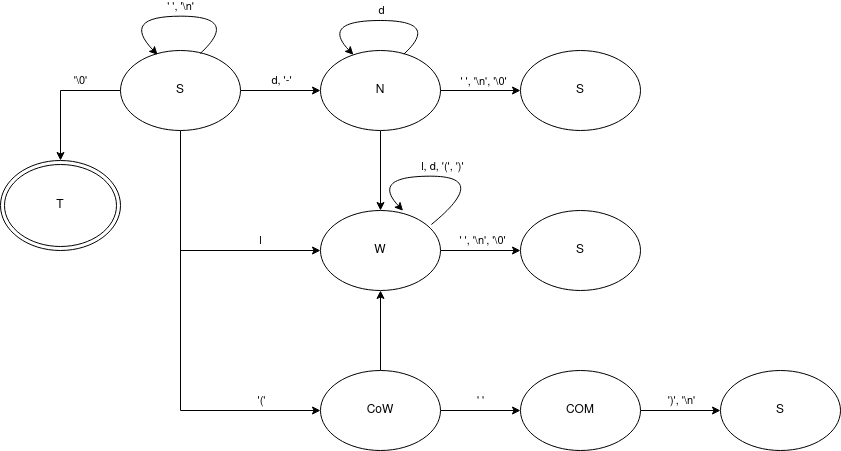
Above: Untitled Diagram.drawio.png in Alexey-Anpilov/forth_interpretator (draw.io), before the change. Source tidied: cells renumbered, new cells last; positions are measured from the earlier drawing's top-left corner, leaving out a move shared by most shapes.
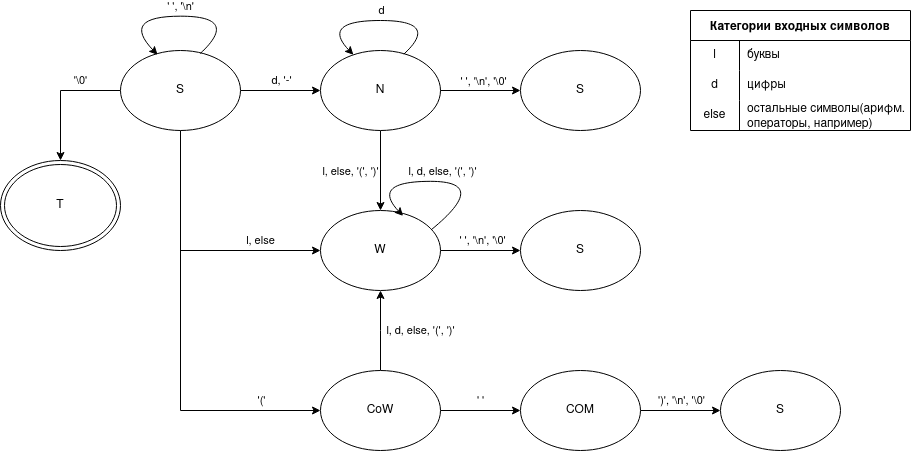
Above is the later version.

What changed in the source:
```diff
@@ -5,6 +5,11 @@
     <mxCell id="2" style="edgeStyle=orthogonalEdgeStyle;rounded=0;jettySize=auto;html=1;exitX=0.5;exitY=1;exitDx=0;exitDy=0;" parent="1" edge="1" source="3" target="18">
       <mxGeometry relative="1" as="geometry" />
     </mxCell>
+    <mxCell id="35" value="&lt;div&gt;l, else, '(', ')' &lt;br&gt;&lt;/div&gt;" style="edgeLabel;html=1;align=center;verticalAlign=middle;" parent="2" vertex="1">
+      <mxGeometry x="-0.24" y="-1" relative="1" as="geometry">
+        <mxPoint x="-29" y="10" as="offset" />
+      </mxGeometry>
+    </mxCell>
     <mxCell id="3" value="N" style="ellipse;whiteSpace=wrap;html=1;" parent="1" vertex="1">
       <mxGeometry x="320" y="34" width="120" height="80" as="geometry" />
     </mxCell>
@@ -19,7 +24,7 @@
     <mxCell id="6" style="edgeStyle=orthogonalEdgeStyle;rounded=0;jettySize=auto;html=1;exitX=0.5;exitY=1;exitDx=0;exitDy=0;entryX=0;entryY=0.5;entryDx=0;entryDy=0;" parent="1" edge="1" source="12" target="18">
       <mxGeometry relative="1" as="geometry" />
     </mxCell>
-    <mxCell id="7" value="l" style="edgeLabel;html=1;align=center;verticalAlign=middle;" parent="6" vertex="1">
+    <mxCell id="7" value="l, else" style="edgeLabel;html=1;align=center;verticalAlign=middle;" parent="6" vertex="1">
       <mxGeometry x="0.57" y="1" relative="1" as="geometry">
         <mxPoint x="-4" y="-9" as="offset" />
       </mxGeometry>
@@ -79,15 +84,25 @@
       </mxGeometry>
     </mxCell>
     <mxCell id="22" style="edgeStyle=orthogonalEdgeStyle;rounded=0;jettySize=auto;html=1;exitX=0.5;exitY=0;exitDx=0;exitDy=0;entryX=0.5;entryY=1;entryDx=0;entryDy=0;" parent="1" edge="1" source="23" target="18">
-      <mxGeometry relative="1" as="geometry" />
+      <mxGeometry relative="1" as="geometry">
+        <Array as="points">
+          <mxPoint x="380" y="314" />
+          <mxPoint x="380" y="314" />
+        </Array>
+      </mxGeometry>
     </mxCell>
+    <mxCell id="36" value="&lt;div&gt;l, d, else, '(', ')' &lt;br&gt;&lt;/div&gt;" style="edgeLabel;html=1;align=center;verticalAlign=middle;" parent="22" vertex="1">
+      <mxGeometry x="0.2" relative="1" as="geometry">
+        <mxPoint x="40" y="8" as="offset" />
+      </mxGeometry>
+    </mxCell>
     <mxCell id="23" value="CoW" style="ellipse;whiteSpace=wrap;html=1;" parent="1" vertex="1">
       <mxGeometry x="320" y="354" width="120" height="80" as="geometry" />
     </mxCell>
     <mxCell id="24" style="edgeStyle=orthogonalEdgeStyle;rounded=0;jettySize=auto;html=1;exitX=1;exitY=0.5;exitDx=0;exitDy=0;" parent="1" edge="1" source="26" target="27">
       <mxGeometry relative="1" as="geometry" />
     </mxCell>
-    <mxCell id="25" value="')', '\n'" style="edgeLabel;html=1;align=center;verticalAlign=middle;" parent="24" vertex="1">
+    <mxCell id="25" value="&lt;div&gt;')', '\n', '\0'&lt;/div&gt;" style="edgeLabel;html=1;align=center;verticalAlign=middle;" parent="24" vertex="1">
       <mxGeometry x="0.15" relative="1" as="geometry">
         <mxPoint x="-6" y="-10" as="offset" />
       </mxGeometry>
@@ -124,15 +139,17 @@
         <mxPoint x="19" y="-10" as="offset" />
       </mxGeometry>
     </mxCell>
-    <mxCell id="32" style="curved=1;endArrow=classic;html=1;rounded=0;entryX=0.688;entryY=0.003;entryDx=0;entryDy=0;entryPerimeter=0;exitX=0.924;exitY=0.175;exitDx=0;exitDy=0;exitPerimeter=0;" parent="1" edge="1" source="18" target="18">
+    <mxCell id="32" style="curved=1;endArrow=classic;html=1;rounded=0;entryX=0.688;entryY=0.003;entryDx=0;entryDy=0;entryPerimeter=0;exitX=0.924;exitY=0.175;exitDx=0;exitDy=0;exitPerimeter=0;" parent="1" edge="1">
       <mxGeometry relative="1" as="geometry">
+        <mxPoint x="430.9" y="213.2" as="sourcePoint" />
+        <mxPoint x="402.6" y="199.4" as="targetPoint" />
         <Array as="points">
-          <mxPoint x="490" y="159.7" />
-          <mxPoint x="370" y="159.7" />
+          <mxPoint x="490" y="164.8" />
+          <mxPoint x="370" y="164.8" />
         </Array>
       </mxGeometry>
     </mxCell>
-    <mxCell id="33" value="&lt;div&gt;l, d, '(', ')'&lt;br&gt;&lt;/div&gt;" style="edgeLabel;html=1;align=center;verticalAlign=middle;" parent="32" vertex="1">
+    <mxCell id="33" value="&lt;div&gt;l, d, else, '(', ')' &lt;br&gt;&lt;/div&gt;" style="edgeLabel;html=1;align=center;verticalAlign=middle;" parent="32" vertex="1">
       <mxGeometry x="0.17" relative="1" as="geometry">
         <mxPoint x="18" y="-10" as="offset" />
       </mxGeometry>
@@ -140,5 +157,35 @@
     <mxCell id="34" value="T" style="ellipse;shape=doubleEllipse;whiteSpace=wrap;html=1;" parent="1" vertex="1">
       <mxGeometry y="144" width="120" height="90" as="geometry" />
     </mxCell>
+    <mxCell id="37" value="Категории входных символов" style="shape=table;startSize=30;rowLines=0;fontStyle=1;" parent="1" vertex="1">
+      <mxGeometry x="690" y="-6" width="220" height="120" as="geometry" />
+    </mxCell>
+    <mxCell id="38" style="shape=tableRow;horizontal=0;startSize=0;swimlaneHead=0;swimlaneBody=0;top=0;left=0;bottom=0;right=0;fillColor=none;" parent="37" vertex="1">
+      <mxGeometry y="30" width="220" height="30" as="geometry" />
+    </mxCell>
+    <mxCell id="39" value="l" style="shape=partialRectangle;html=1;whiteSpace=wrap;fillColor=none;top=0;left=0;bottom=0;right=0;overflow=hidden;" parent="38" vertex="1">
+      <mxGeometry width="49" height="30" as="geometry" />
+    </mxCell>
+    <mxCell id="40" value="буквы" style="shape=partialRectangle;html=1;whiteSpace=wrap;fillColor=none;top=0;left=0;bottom=0;right=0;align=left;spacingLeft=6;overflow=hidden;" parent="38" vertex="1">
+      <mxGeometry x="49" width="171" height="30" as="geometry" />
+    </mxCell>
+    <mxCell id="41" style="shape=tableRow;horizontal=0;startSize=0;swimlaneHead=0;swimlaneBody=0;top=0;left=0;bottom=0;right=0;fillColor=none;" parent="37" vertex="1">
+      <mxGeometry y="60" width="220" height="30" as="geometry" />
+    </mxCell>
+    <mxCell id="42" value="d" style="shape=partialRectangle;html=1;whiteSpace=wrap;fillColor=none;top=0;left=0;bottom=0;right=0;overflow=hidden;" parent="41" vertex="1">
+      <mxGeometry width="49" height="30" as="geometry" />
+    </mxCell>
+    <mxCell id="43" value="цифры" style="shape=partialRectangle;html=1;whiteSpace=wrap;fillColor=none;top=0;left=0;bottom=0;right=0;align=left;spacingLeft=6;overflow=hidden;" parent="41" vertex="1">
+      <mxGeometry x="49" width="171" height="30" as="geometry" />
+    </mxCell>
+    <mxCell id="44" style="shape=tableRow;horizontal=0;startSize=0;swimlaneHead=0;swimlaneBody=0;top=0;left=0;bottom=0;right=0;fillColor=none;" parent="37" vertex="1">
+      <mxGeometry y="90" width="220" height="30" as="geometry" />
+    </mxCell>
+    <mxCell id="45" value="else" style="shape=partialRectangle;html=1;whiteSpace=wrap;fillColor=none;top=0;left=0;bottom=0;right=0;overflow=hidden;" parent="44" vertex="1">
+      <mxGeometry width="49" height="30" as="geometry" />
+    </mxCell>
+    <mxCell id="46" value="остальные символы(арифм. операторы, например)" style="shape=partialRectangle;html=1;whiteSpace=wrap;fillColor=none;top=0;left=0;bottom=0;right=0;align=left;spacingLeft=6;overflow=hidden;" parent="44" vertex="1">
+      <mxGeometry x="49" width="171" height="30" as="geometry" />
+    </mxCell>
   </root>
 </mxGraphModel>
```
